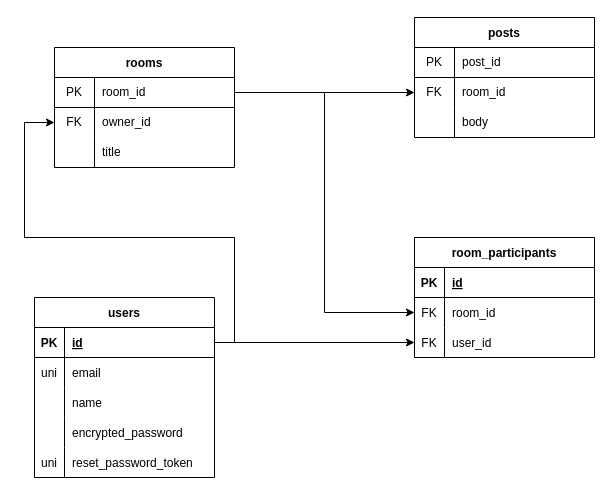
This is EntryRelation.drawio from Terufuji3/ANONIM, a draw.io file, before an edit. Source tidied: cells renumbered, new cells numbered last; positions are measured from the earlier drawing's top-left corner, leaving out a move shared by most shapes. Both pictures are drawn from the tidied source at 100%, with x=0, y=0 at pixel (24, 17).
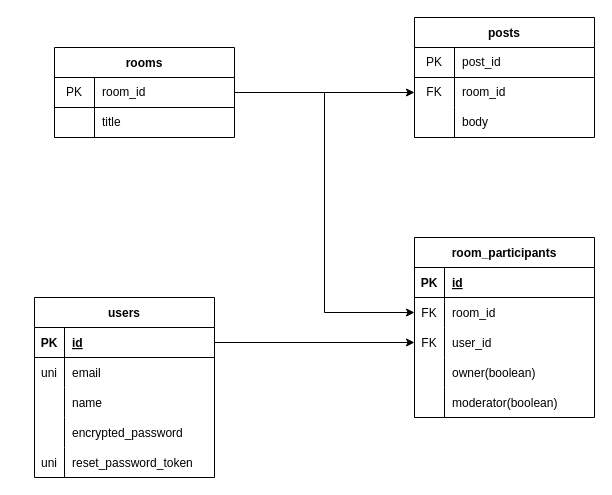
The same page after the edit.

Commit message:
EntryRelation.drawio を更新します

The change refers to these unchanged cells:
```xml
<mxCell id="25" style="shape=tableRow;horizontal=0;startSize=0;swimlaneHead=0;swimlaneBody=0;fillColor=none;points=[[0,0.5],[1,0.5]];portConstraint=eastwest;top=0;left=0;right=0;bottom=1;" parent="24" vertex="1">
  <mxGeometry y="30" width="180" height="30" as="geometry" />
</mxCell>
```

Diff of the diagram source:
```diff
@@
     <mxCell id="2" value="rooms" style="shape=table;startSize=30;childLayout=tableLayout;rowLines=0;fontStyle=1;align=center;" parent="1" vertex="1">
-      <mxGeometry x="30" y="30" width="180" height="120" as="geometry" />
+      <mxGeometry x="30" y="30" width="180" height="90" as="geometry" />
     </mxCell>
@@
-    <mxCell id="6" style="shape=partialRectangle;html=1;whiteSpace=wrap;fillColor=none;top=0;left=0;bottom=0;right=0;points=[[0,0.5],[1,0.5]];portConstraint=eastwest;" parent="2" vertex="1">
-      <mxGeometry y="60" width="180" height="30" as="geometry" />
-    </mxCell>
-    <mxCell id="7" value="FK" style="shape=partialRectangle;html=1;whiteSpace=wrap;fillColor=none;top=0;left=0;bottom=0;right=0;overflow=hidden;" parent="6" vertex="1">
-      <mxGeometry width="40" height="30" as="geometry" />
-    </mxCell>
-    <mxCell id="8" value="owner_id" style="shape=partialRectangle;html=1;whiteSpace=wrap;fillColor=none;top=0;left=0;bottom=0;right=0;align=left;spacingLeft=6;overflow=hidden;" parent="6" vertex="1">
-      <mxGeometry x="40" width="140" height="30" as="geometry" />
-    </mxCell>
     <mxCell id="9" style="shape=partialRectangle;html=1;whiteSpace=wrap;fillColor=none;top=0;left=0;bottom=0;right=0;" parent="2" vertex="1">
-      <mxGeometry y="90" width="180" height="30" as="geometry" />
+      <mxGeometry y="60" width="180" height="30" as="geometry" />
     </mxCell>
@@
     <mxCell id="40" value="room_participants" style="shape=table;startSize=30;childLayout=tableLayout;rowLines=0;fontStyle=1;align=center;" parent="1" vertex="1">
-      <mxGeometry x="390" y="220" width="180" height="120" as="geometry" />
+      <mxGeometry x="390" y="220" width="180" height="180" as="geometry" />
     </mxCell>
@@
+    <mxCell id="52" style="shape=tableRow;horizontal=0;startSize=0;swimlaneHead=0;swimlaneBody=0;fillColor=none;top=0;left=0;right=0;bottom=0;" parent="40" vertex="1">
+      <mxGeometry y="120" width="180" height="30" as="geometry" />
+    </mxCell>
+    <mxCell id="53" style="shape=partialRectangle;fillColor=none;top=0;left=0;bottom=0;right=0;overflow=hidden;" parent="52" vertex="1">
+      <mxGeometry width="30" height="30" as="geometry" />
+    </mxCell>
+    <mxCell id="54" value="owner(boolean)" style="shape=partialRectangle;fillColor=none;top=0;left=0;bottom=0;right=0;align=left;spacingLeft=6;overflow=hidden;" parent="52" vertex="1">
+      <mxGeometry x="30" width="150" height="30" as="geometry" />
+    </mxCell>
+    <mxCell id="55" style="shape=tableRow;horizontal=0;startSize=0;swimlaneHead=0;swimlaneBody=0;fillColor=none;top=0;left=0;right=0;bottom=0;" parent="40" vertex="1">
+      <mxGeometry y="150" width="180" height="30" as="geometry" />
+    </mxCell>
+    <mxCell id="56" style="shape=partialRectangle;fillColor=none;top=0;left=0;bottom=0;right=0;overflow=hidden;" parent="55" vertex="1">
+      <mxGeometry width="30" height="30" as="geometry" />
+    </mxCell>
+    <mxCell id="57" value="moderator(boolean)" style="shape=partialRectangle;fillColor=none;top=0;left=0;bottom=0;right=0;align=left;spacingLeft=6;overflow=hidden;" parent="55" vertex="1">
+      <mxGeometry x="30" width="150" height="30" as="geometry" />
+    </mxCell>
-    <mxCell id="50" style="edgeStyle=orthogonalEdgeStyle;rounded=0;jettySize=auto;html=1;exitX=1;exitY=0.5;exitDx=0;exitDy=0;entryX=0;entryY=0.5;entryDx=0;entryDy=0;" parent="1" edge="1" source="25" target="6">
+    <mxCell id="50" style="edgeStyle=orthogonalEdgeStyle;rounded=0;jettySize=auto;html=1;exitX=1;exitY=0.5;exitDx=0;exitDy=0;entryX=0;entryY=0.5;entryDx=0;entryDy=0;" parent="1" edge="1" source="25">
       <mxGeometry relative="1" as="geometry">
         <Array as="points">
           <mxPoint x="210" y="325" />
           <mxPoint x="210" y="220" />
           <mxPoint y="220" />
           <mxPoint y="105" />
         </Array>
       </mxGeometry>
     </mxCell>
```
